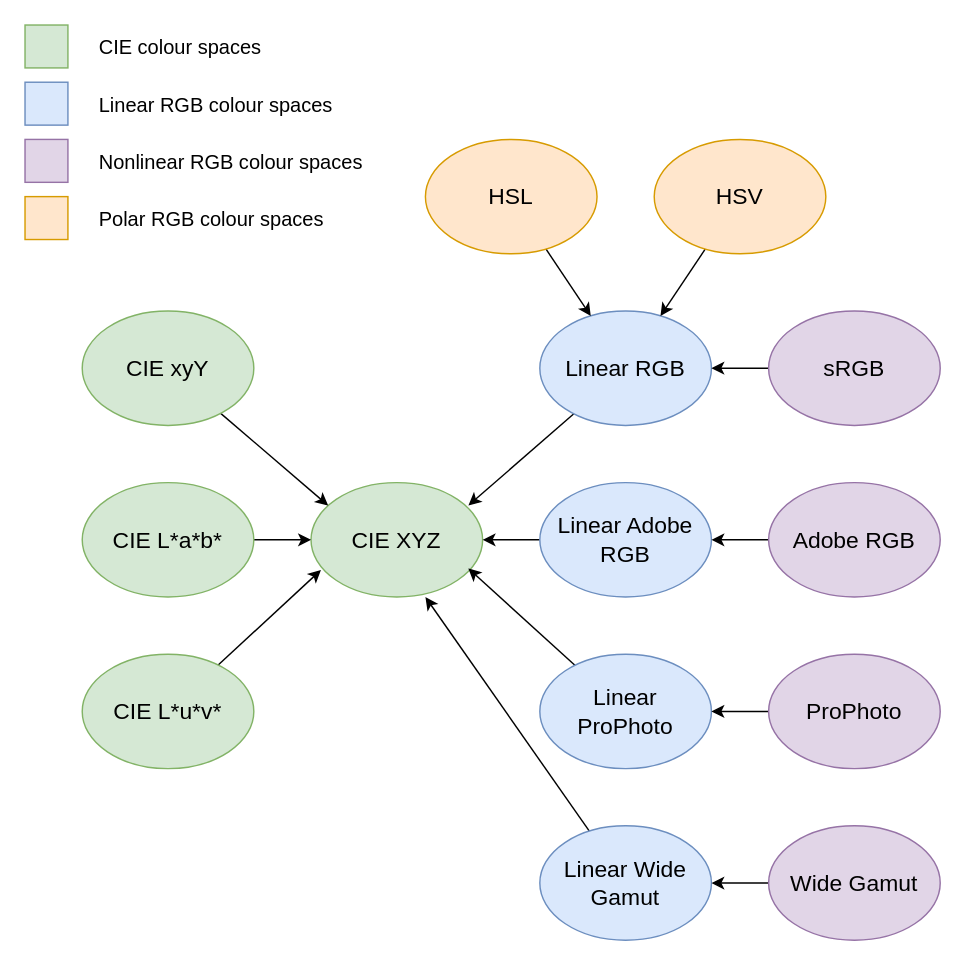
CaptainCrowbar/rs-graphics-core keeps this draw.io diagram as docs/images/colour-spaces.drawio. Above is the earlier version. Source tidied: cells renumbered, new cells numbered last; positions are measured from the earlier drawing's top-left corner, leaving out a move shared by most shapes. Both pictures are drawn from the tidied source at 143%, with x=0, y=0 at pixel (24, 24).
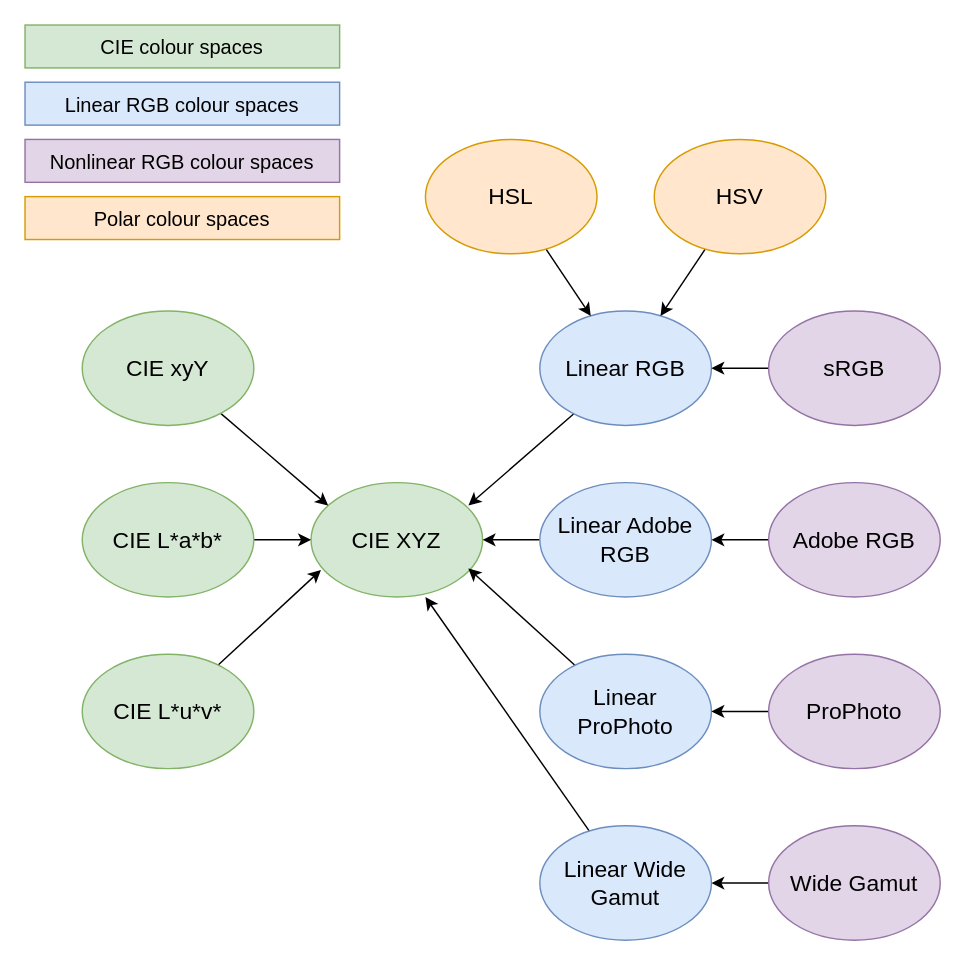
The same diagram, later.

Commit message (it also covers changes not shown here):
Fix colour space disgram on dark background

The edit, as a diff of the source:
```diff
@@
-    <mxCell id="29" style="rounded=0;whiteSpace=wrap;html=1;fontFamily=Helvetica;fontSize=16;fontColor=default;strokeColor=#82b366;fillColor=#d5e8d4;" parent="1" vertex="1">
-      <mxGeometry width="30" height="30" as="geometry" />
+    <mxCell id="29" value="&lt;span style=&quot;font-size: 14px ; text-align: left&quot;&gt;CIE colour spaces&lt;/span&gt;" style="rounded=0;whiteSpace=wrap;html=1;fontFamily=Helvetica;fontSize=16;fontColor=default;strokeColor=#82b366;fillColor=#d5e8d4;" parent="1" vertex="1">
+      <mxGeometry width="220" height="30" as="geometry" />
     </mxCell>
-    <mxCell id="30" value="&lt;font style=&quot;font-size: 14px&quot;&gt;CIE colour spaces&lt;/font&gt;" style="text;html=1;strokeColor=none;fillColor=none;align=left;verticalAlign=middle;whiteSpace=wrap;rounded=0;fontFamily=Helvetica;fontSize=16;fontColor=default;" parent="1" vertex="1">
-      <mxGeometry x="50" width="190" height="30" as="geometry" />
-    </mxCell>
-    <mxCell id="31" style="rounded=0;whiteSpace=wrap;html=1;fontFamily=Helvetica;fontSize=16;strokeColor=#6c8ebf;fillColor=#dae8fc;" parent="1" vertex="1">
-      <mxGeometry y="40" width="30" height="30" as="geometry" />
+    <mxCell id="31" value="&lt;span style=&quot;font-size: 14px ; text-align: left&quot;&gt;Linear RGB colour spaces&lt;/span&gt;" style="rounded=0;whiteSpace=wrap;html=1;fontFamily=Helvetica;fontSize=16;strokeColor=#6c8ebf;fillColor=#dae8fc;" parent="1" vertex="1">
+      <mxGeometry y="40" width="220" height="30" as="geometry" />
     </mxCell>
-    <mxCell id="32" value="&lt;font style=&quot;font-size: 14px&quot;&gt;Linear RGB colour spaces&lt;/font&gt;" style="text;html=1;strokeColor=none;fillColor=none;align=left;verticalAlign=middle;whiteSpace=wrap;rounded=0;fontFamily=Helvetica;fontSize=16;fontColor=default;" parent="1" vertex="1">
-      <mxGeometry x="50" y="40" width="190" height="30" as="geometry" />
-    </mxCell>
-    <mxCell id="33" style="rounded=0;whiteSpace=wrap;html=1;fontFamily=Helvetica;fontSize=16;strokeColor=#9673a6;fillColor=#e1d5e7;" parent="1" vertex="1">
-      <mxGeometry y="80" width="30" height="30" as="geometry" />
+    <mxCell id="33" value="&lt;span style=&quot;font-size: 14px ; text-align: left&quot;&gt;Nonlinear RGB colour spaces&lt;/span&gt;" style="rounded=0;whiteSpace=wrap;html=1;fontFamily=Helvetica;fontSize=16;strokeColor=#9673a6;fillColor=#e1d5e7;" parent="1" vertex="1">
+      <mxGeometry y="80" width="220" height="30" as="geometry" />
     </mxCell>
-    <mxCell id="34" value="&lt;font style=&quot;font-size: 14px&quot;&gt;Nonlinear RGB colour spaces&lt;/font&gt;" style="text;html=1;strokeColor=none;fillColor=none;align=left;verticalAlign=middle;whiteSpace=wrap;rounded=0;fontFamily=Helvetica;fontSize=16;fontColor=default;" parent="1" vertex="1">
-      <mxGeometry x="50" y="80" width="190" height="30" as="geometry" />
-    </mxCell>
-    <mxCell id="35" style="rounded=0;whiteSpace=wrap;html=1;fontFamily=Helvetica;fontSize=16;strokeColor=#d79b00;fillColor=#ffe6cc;" parent="1" vertex="1">
-      <mxGeometry y="120" width="30" height="30" as="geometry" />
+    <mxCell id="35" value="&lt;span style=&quot;font-size: 14px ; text-align: left&quot;&gt;Polar colour spaces&lt;/span&gt;" style="rounded=0;whiteSpace=wrap;html=1;fontFamily=Helvetica;fontSize=16;strokeColor=#d79b00;fillColor=#ffe6cc;" parent="1" vertex="1">
+      <mxGeometry y="120" width="220" height="30" as="geometry" />
     </mxCell>
-    <mxCell id="36" value="&lt;font style=&quot;font-size: 14px&quot;&gt;Polar RGB colour spaces&lt;/font&gt;" style="text;html=1;strokeColor=none;fillColor=none;align=left;verticalAlign=middle;whiteSpace=wrap;rounded=0;fontFamily=Helvetica;fontSize=16;fontColor=default;" parent="1" vertex="1">
-      <mxGeometry x="50" y="120" width="190" height="30" as="geometry" />
-    </mxCell>
```
